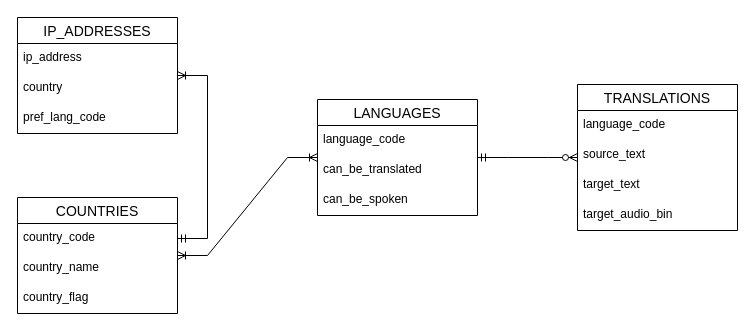
Before: page "logical_design" (2 of 3) of documentation/ERD.drawio in LucaBalduzziNI/nimbus-intelligence-coh2-python-project, a draw.io diagram. Source tidied: cells renumbered, new cells numbered last; positions are measured from the earlier drawing's top-left corner, leaving out a move shared by most shapes. Both pictures are drawn from the tidied source at 100%, with x=0, y=0 at pixel (17, 17).
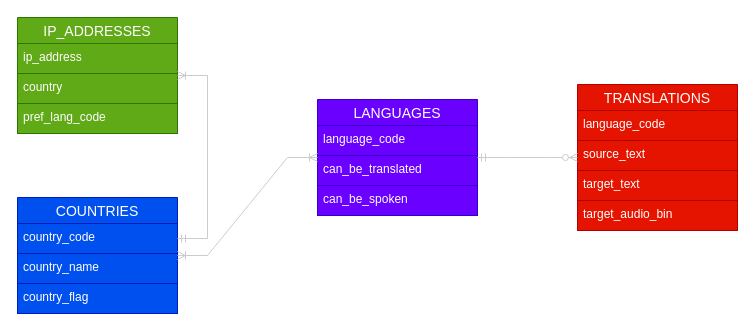
Above is the later version.

The edit, as a diff of the source:
```diff
@@
-    <mxCell id="2" value="IP_ADDRESSES" style="swimlane;fontStyle=0;horizontal=1;startSize=26;align=center;fontSize=14;" parent="1" vertex="1">
+    <mxCell id="2" value="IP_ADDRESSES" style="swimlane;fontStyle=0;horizontal=1;startSize=26;align=center;fontSize=14;fillColor=#60a917;fontColor=#ffffff;strokeColor=#2D7600;" parent="1" vertex="1">
       <mxGeometry width="160" height="116" as="geometry" />
     </mxCell>
-    <mxCell id="3" value="ip_address" style="text;strokeColor=none;fillColor=none;spacingLeft=4;spacingRight=4;overflow=hidden;fontSize=12;whiteSpace=wrap;html=1;" parent="2" vertex="1">
+    <mxCell id="3" value="ip_address" style="text;strokeColor=#2D7600;fillColor=#60a917;spacingLeft=4;spacingRight=4;overflow=hidden;fontSize=12;whiteSpace=wrap;html=1;fontColor=#ffffff;" parent="2" vertex="1">
       <mxGeometry y="26" width="160" height="30" as="geometry" />
     </mxCell>
-    <mxCell id="4" value="country" style="text;strokeColor=none;fillColor=none;spacingLeft=4;spacingRight=4;overflow=hidden;fontSize=12;whiteSpace=wrap;html=1;" parent="2" vertex="1">
+    <mxCell id="4" value="country" style="text;strokeColor=#2D7600;fillColor=#60a917;spacingLeft=4;spacingRight=4;overflow=hidden;fontSize=12;whiteSpace=wrap;html=1;fontColor=#ffffff;" parent="2" vertex="1">
       <mxGeometry y="56" width="160" height="30" as="geometry" />
     </mxCell>
-    <mxCell id="5" value="pref_lang_code" style="text;strokeColor=none;fillColor=none;spacingLeft=4;spacingRight=4;overflow=hidden;fontSize=12;whiteSpace=wrap;html=1;" parent="2" vertex="1">
+    <mxCell id="5" value="pref_lang_code" style="text;strokeColor=#2D7600;fillColor=#60a917;spacingLeft=4;spacingRight=4;overflow=hidden;fontSize=12;whiteSpace=wrap;html=1;fontColor=#ffffff;" parent="2" vertex="1">
       <mxGeometry y="86" width="160" height="30" as="geometry" />
     </mxCell>
-    <mxCell id="6" value="LANGUAGES" style="swimlane;fontStyle=0;horizontal=1;startSize=26;align=center;fontSize=14;" parent="1" vertex="1">
+    <mxCell id="6" value="LANGUAGES" style="swimlane;fontStyle=0;horizontal=1;startSize=26;align=center;fontSize=14;fillColor=#6a00ff;fontColor=#ffffff;strokeColor=#3700CC;" parent="1" vertex="1">
       <mxGeometry x="300" y="82" width="160" height="116" as="geometry" />
     </mxCell>
-    <mxCell id="7" value="language_code" style="text;strokeColor=none;fillColor=none;spacingLeft=4;spacingRight=4;overflow=hidden;fontSize=12;whiteSpace=wrap;html=1;" parent="6" vertex="1">
+    <mxCell id="7" value="language_code" style="text;strokeColor=#3700CC;fillColor=#6a00ff;spacingLeft=4;spacingRight=4;overflow=hidden;fontSize=12;whiteSpace=wrap;html=1;fontColor=#ffffff;" parent="6" vertex="1">
       <mxGeometry y="26" width="160" height="30" as="geometry" />
     </mxCell>
-    <mxCell id="8" value="can_be_translated" style="text;strokeColor=none;fillColor=none;spacingLeft=4;spacingRight=4;overflow=hidden;fontSize=12;whiteSpace=wrap;html=1;" parent="6" vertex="1">
+    <mxCell id="8" value="can_be_translated" style="text;strokeColor=#3700CC;fillColor=#6a00ff;spacingLeft=4;spacingRight=4;overflow=hidden;fontSize=12;whiteSpace=wrap;html=1;fontColor=#ffffff;" parent="6" vertex="1">
       <mxGeometry y="56" width="160" height="30" as="geometry" />
     </mxCell>
-    <mxCell id="9" value="can_be_spoken" style="text;strokeColor=none;fillColor=none;spacingLeft=4;spacingRight=4;overflow=hidden;fontSize=12;whiteSpace=wrap;html=1;" parent="6" vertex="1">
+    <mxCell id="9" value="can_be_spoken" style="text;strokeColor=#3700CC;fillColor=#6a00ff;spacingLeft=4;spacingRight=4;overflow=hidden;fontSize=12;whiteSpace=wrap;html=1;fontColor=#ffffff;" parent="6" vertex="1">
       <mxGeometry y="86" width="160" height="30" as="geometry" />
     </mxCell>
-    <mxCell id="10" value="TRANSLATIONS" style="swimlane;fontStyle=0;horizontal=1;startSize=26;align=center;fontSize=14;" parent="1" vertex="1">
+    <mxCell id="10" value="TRANSLATIONS" style="swimlane;fontStyle=0;horizontal=1;startSize=26;align=center;fontSize=14;fillColor=#e51400;fontColor=#ffffff;strokeColor=#B20000;" parent="1" vertex="1">
       <mxGeometry x="560" y="67" width="160" height="146" as="geometry" />
     </mxCell>
-    <mxCell id="11" value="language_code" style="text;strokeColor=none;fillColor=none;spacingLeft=4;spacingRight=4;overflow=hidden;fontSize=12;whiteSpace=wrap;html=1;" parent="10" vertex="1">
+    <mxCell id="11" value="language_code" style="text;strokeColor=#B20000;fillColor=#e51400;spacingLeft=4;spacingRight=4;overflow=hidden;fontSize=12;whiteSpace=wrap;html=1;fontColor=#ffffff;" parent="10" vertex="1">
       <mxGeometry y="26" width="160" height="30" as="geometry" />
     </mxCell>
-    <mxCell id="12" value="source_text" style="text;strokeColor=none;fillColor=none;spacingLeft=4;spacingRight=4;overflow=hidden;fontSize=12;whiteSpace=wrap;html=1;" parent="10" vertex="1">
+    <mxCell id="12" value="source_text" style="text;strokeColor=#B20000;fillColor=#e51400;spacingLeft=4;spacingRight=4;overflow=hidden;fontSize=12;whiteSpace=wrap;html=1;fontColor=#ffffff;" parent="10" vertex="1">
       <mxGeometry y="56" width="160" height="30" as="geometry" />
     </mxCell>
-    <mxCell id="13" value="target_text" style="text;strokeColor=none;fillColor=none;spacingLeft=4;spacingRight=4;overflow=hidden;fontSize=12;whiteSpace=wrap;html=1;" parent="10" vertex="1">
+    <mxCell id="13" value="target_text" style="text;strokeColor=#B20000;fillColor=#e51400;spacingLeft=4;spacingRight=4;overflow=hidden;fontSize=12;whiteSpace=wrap;html=1;fontColor=#ffffff;" parent="10" vertex="1">
       <mxGeometry y="86" width="160" height="30" as="geometry" />
     </mxCell>
-    <mxCell id="14" value="target_audio_bin" style="text;strokeColor=none;fillColor=none;spacingLeft=4;spacingRight=4;overflow=hidden;fontSize=12;whiteSpace=wrap;html=1;" parent="10" vertex="1">
+    <mxCell id="14" value="target_audio_bin" style="text;strokeColor=#B20000;fillColor=#e51400;spacingLeft=4;spacingRight=4;overflow=hidden;fontSize=12;whiteSpace=wrap;html=1;fontColor=#ffffff;" parent="10" vertex="1">
       <mxGeometry y="116" width="160" height="30" as="geometry" />
     </mxCell>
-    <mxCell id="15" style="edgeStyle=entityRelationEdgeStyle;fontSize=12;html=1;endArrow=ERzeroToMany;endFill=1;rounded=0;startArrow=ERmandOne;startFill=0;" parent="1" edge="1" source="6" target="10">
+    <mxCell id="15" style="edgeStyle=entityRelationEdgeStyle;fontSize=12;html=1;endArrow=ERzeroToMany;endFill=1;rounded=0;startArrow=ERmandOne;startFill=0;strokeColor=#CCCCCC;" parent="1" edge="1" source="6" target="10">
       <mxGeometry relative="1" as="geometry" />
     </mxCell>
-    <mxCell id="16" value="COUNTRIES" style="swimlane;fontStyle=0;horizontal=1;startSize=26;align=center;fontSize=14;" parent="1" vertex="1">
+    <mxCell id="16" value="COUNTRIES" style="swimlane;fontStyle=0;horizontal=1;startSize=26;align=center;fontSize=14;fillColor=#0050ef;fontColor=#ffffff;strokeColor=#001DBC;" parent="1" vertex="1">
       <mxGeometry y="180" width="160" height="116" as="geometry" />
     </mxCell>
-    <mxCell id="17" value="country_code" style="text;strokeColor=none;fillColor=none;spacingLeft=4;spacingRight=4;overflow=hidden;points=[[0,0.5],[1,0.5]];portConstraint=eastwest;fontSize=12;whiteSpace=wrap;html=1;" parent="16" vertex="1">
+    <mxCell id="17" value="country_code" style="text;strokeColor=#001DBC;fillColor=#0050ef;spacingLeft=4;spacingRight=4;overflow=hidden;points=[[0,0.5],[1,0.5]];portConstraint=eastwest;fontSize=12;whiteSpace=wrap;html=1;fontColor=#ffffff;" parent="16" vertex="1">
       <mxGeometry y="26" width="160" height="30" as="geometry" />
     </mxCell>
-    <mxCell id="18" value="country_name" style="text;strokeColor=none;fillColor=none;spacingLeft=4;spacingRight=4;overflow=hidden;fontSize=12;whiteSpace=wrap;html=1;" parent="16" vertex="1">
+    <mxCell id="18" value="country_name" style="text;strokeColor=#001DBC;fillColor=#0050ef;spacingLeft=4;spacingRight=4;overflow=hidden;fontSize=12;whiteSpace=wrap;html=1;fontColor=#ffffff;" parent="16" vertex="1">
       <mxGeometry y="56" width="160" height="30" as="geometry" />
     </mxCell>
-    <mxCell id="19" value="country_flag" style="text;strokeColor=none;fillColor=none;spacingLeft=4;spacingRight=4;overflow=hidden;fontSize=12;whiteSpace=wrap;html=1;" parent="16" vertex="1">
+    <mxCell id="19" value="country_flag" style="text;strokeColor=#001DBC;fillColor=#0050ef;spacingLeft=4;spacingRight=4;overflow=hidden;fontSize=12;whiteSpace=wrap;html=1;fontColor=#ffffff;" parent="16" vertex="1">
       <mxGeometry y="86" width="160" height="30" as="geometry" />
     </mxCell>
-    <mxCell id="20" style="edgeStyle=entityRelationEdgeStyle;fontSize=12;html=1;endArrow=ERoneToMany;endFill=0;rounded=0;startArrow=ERmandOne;startFill=0;" parent="1" edge="1" source="17" target="2">
+    <mxCell id="20" style="edgeStyle=entityRelationEdgeStyle;fontSize=12;html=1;endArrow=ERoneToMany;endFill=0;rounded=0;startArrow=ERmandOne;startFill=0;strokeColor=#CCCCCC;" parent="1" edge="1" source="17" target="2">
       <mxGeometry relative="1" as="geometry" />
     </mxCell>
-    <mxCell id="21" style="edgeStyle=entityRelationEdgeStyle;fontSize=12;html=1;endArrow=ERoneToMany;endFill=0;rounded=0;startArrow=ERoneToMany;startFill=0;" parent="1" edge="1" source="16" target="6">
+    <mxCell id="21" style="edgeStyle=entityRelationEdgeStyle;fontSize=12;html=1;endArrow=ERoneToMany;endFill=0;rounded=0;startArrow=ERoneToMany;startFill=0;strokeColor=#CCCCCC;" parent="1" edge="1" source="16" target="6">
       <mxGeometry relative="1" as="geometry" />
     </mxCell>
```
